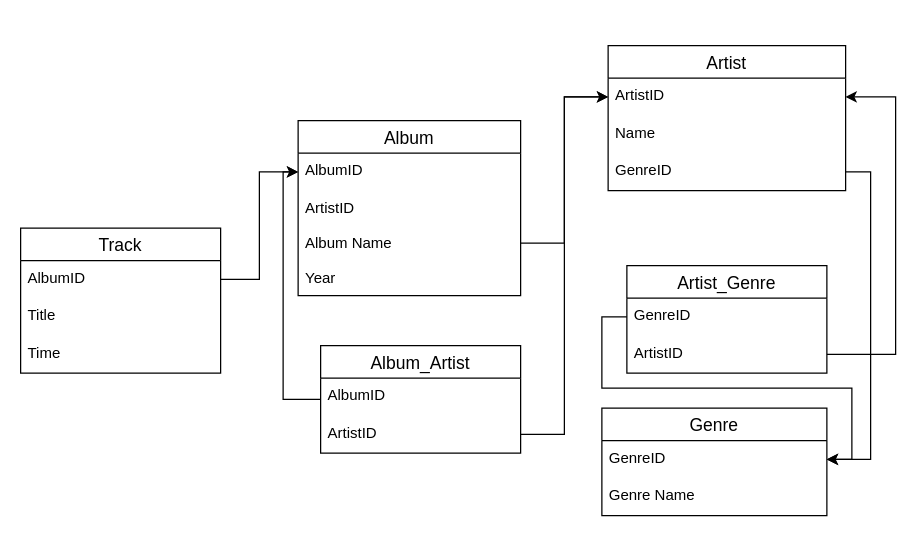
Ssafontsev/ht keeps this draw.io diagram as Untitled Diagram.drawio. Above is the earlier version. Source tidied: cells renumbered, new cells numbered last; positions are measured from the earlier drawing's top-left corner, leaving out a move shared by most shapes. Both pictures are drawn from the tidied source at 125%, with x=0, y=0 at pixel (20, 45).
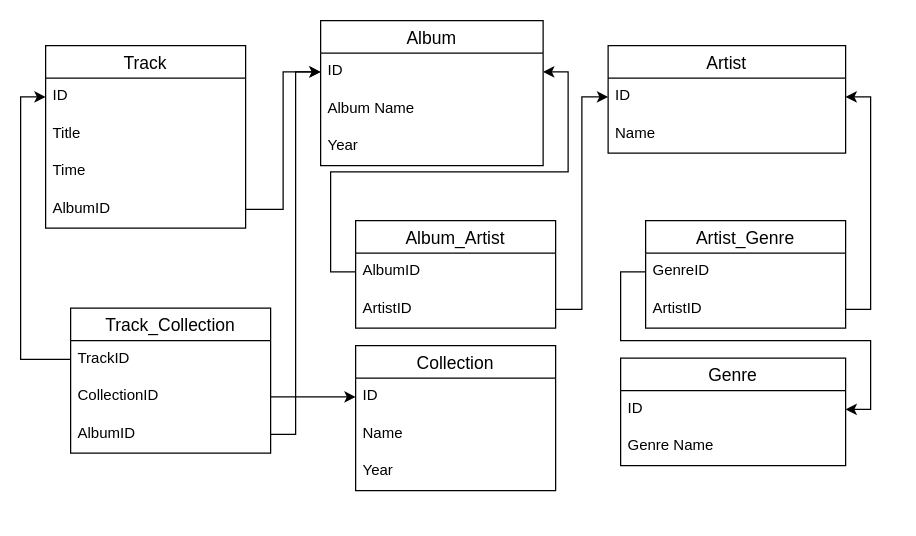
The same page after the edit.

The change refers to these unchanged cells:
```xml
<mxCell id="18" value="ArtistID" style="text;strokeColor=none;fillColor=none;spacingLeft=4;spacingRight=4;overflow=hidden;points=[[0,0.5],[1,0.5]];portConstraint=eastwest;fontSize=12;" parent="16" vertex="1">
  <mxGeometry y="56" width="160" height="30" as="geometry" />
</mxCell>
<mxCell id="23" value="AlbumID" style="text;strokeColor=none;fillColor=none;spacingLeft=4;spacingRight=4;overflow=hidden;points=[[0,0.5],[1,0.5]];portConstraint=eastwest;fontSize=12;" parent="22" vertex="1">
  <mxGeometry y="26" width="160" height="30" as="geometry" />
</mxCell>
```

The edit, as a diff of the source:
```diff
@@
     <mxCell id="2" value="Track" style="swimlane;fontStyle=0;horizontal=1;startSize=26;align=center;fontSize=14;" parent="1" vertex="1">
-      <mxGeometry y="146" width="160" height="116" as="geometry" />
+      <mxGeometry x="20" width="160" height="146" as="geometry" />
     </mxCell>
-    <mxCell id="3" value="AlbumID" style="text;strokeColor=none;fillColor=none;spacingLeft=4;spacingRight=4;overflow=hidden;points=[[0,0.5],[1,0.5]];portConstraint=eastwest;fontSize=12;" parent="2" vertex="1">
+    <mxCell id="3" value="ID" style="text;strokeColor=none;fillColor=none;spacingLeft=4;spacingRight=4;overflow=hidden;points=[[0,0.5],[1,0.5]];portConstraint=eastwest;fontSize=12;" parent="2" vertex="1">
       <mxGeometry y="26" width="160" height="30" as="geometry" />
     </mxCell>
@@
+    <mxCell id="29" value="AlbumID" style="text;strokeColor=none;fillColor=none;spacingLeft=4;spacingRight=4;overflow=hidden;points=[[0,0.5],[1,0.5]];portConstraint=eastwest;fontSize=12;" parent="2" vertex="1">
+      <mxGeometry y="116" width="160" height="30" as="geometry" />
+    </mxCell>
     <mxCell id="6" value="Artist" style="swimlane;fontStyle=0;horizontal=1;startSize=26;align=center;fontSize=14;" parent="1" vertex="1">
-      <mxGeometry x="470" width="190" height="116" as="geometry" />
+      <mxGeometry x="470" width="190" height="86" as="geometry" />
     </mxCell>
-    <mxCell id="7" value="ArtistID" style="text;strokeColor=none;fillColor=none;spacingLeft=4;spacingRight=4;overflow=hidden;points=[[0,0.5],[1,0.5]];portConstraint=eastwest;fontSize=12;" parent="6" vertex="1">
+    <mxCell id="7" value="ID" style="text;strokeColor=none;fillColor=none;spacingLeft=4;spacingRight=4;overflow=hidden;points=[[0,0.5],[1,0.5]];portConstraint=eastwest;fontSize=12;" parent="6" vertex="1">
       <mxGeometry y="26" width="190" height="30" as="geometry" />
     </mxCell>
@@
-    <mxCell id="9" value="GenreID" style="text;strokeColor=none;fillColor=none;spacingLeft=4;spacingRight=4;overflow=hidden;points=[[0,0.5],[1,0.5]];portConstraint=eastwest;fontSize=12;" parent="6" vertex="1">
-      <mxGeometry y="86" width="190" height="30" as="geometry" />
-    </mxCell>
     <mxCell id="10" value="Genre" style="swimlane;fontStyle=0;horizontal=1;startSize=26;align=center;fontSize=14;" parent="1" vertex="1">
-      <mxGeometry x="465" y="290" width="180" height="86" as="geometry" />
+      <mxGeometry x="480" y="250" width="180" height="86" as="geometry" />
     </mxCell>
-    <mxCell id="11" value="GenreID" style="text;strokeColor=none;fillColor=none;spacingLeft=4;spacingRight=4;overflow=hidden;points=[[0,0.5],[1,0.5]];portConstraint=eastwest;fontSize=12;" parent="10" vertex="1">
+    <mxCell id="11" value="ID" style="text;strokeColor=none;fillColor=none;spacingLeft=4;spacingRight=4;overflow=hidden;points=[[0,0.5],[1,0.5]];portConstraint=eastwest;fontSize=12;" parent="10" vertex="1">
       <mxGeometry y="26" width="180" height="30" as="geometry" />
     </mxCell>
@@
-    <mxCell id="13" style="edgeStyle=orthogonalEdgeStyle;rounded=0;jettySize=auto;html=1;exitX=1;exitY=0.5;exitDx=0;exitDy=0;entryX=0;entryY=0.5;entryDx=0;entryDy=0;" parent="1" edge="1" source="3" target="27">
-      <mxGeometry relative="1" as="geometry" />
-    </mxCell>
-    <mxCell id="14" style="edgeStyle=orthogonalEdgeStyle;rounded=0;jettySize=auto;html=1;exitX=1;exitY=0.5;exitDx=0;exitDy=0;entryX=0;entryY=0.5;entryDx=0;entryDy=0;" parent="1" edge="1" source="28" target="7">
-      <mxGeometry relative="1" as="geometry" />
-    </mxCell>
-    <mxCell id="15" style="edgeStyle=orthogonalEdgeStyle;rounded=0;jettySize=auto;html=1;exitX=1;exitY=0.5;exitDx=0;exitDy=0;entryX=1;entryY=0.5;entryDx=0;entryDy=0;" parent="1" edge="1" source="9" target="11">
-      <mxGeometry relative="1" as="geometry" />
-    </mxCell>
     <mxCell id="16" value="Artist_Genre" style="swimlane;fontStyle=0;horizontal=1;startSize=26;align=center;fontSize=14;" parent="1" vertex="1">
-      <mxGeometry x="485" y="176" width="160" height="86" as="geometry" />
+      <mxGeometry x="500" y="140" width="160" height="86" as="geometry" />
     </mxCell>
@@
-    <mxCell id="20" style="edgeStyle=orthogonalEdgeStyle;rounded=0;jettySize=auto;html=1;exitX=1;exitY=0.5;exitDx=0;exitDy=0;entryX=1;entryY=0.5;entryDx=0;entryDy=0;" parent="1" edge="1" source="18" target="7">
-      <mxGeometry relative="1" as="geometry">
-        <Array as="points">
-          <mxPoint x="700" y="247" />
-          <mxPoint x="700" y="41" />
-        </Array>
-      </mxGeometry>
-    </mxCell>
-    <mxCell id="21" style="edgeStyle=orthogonalEdgeStyle;rounded=0;jettySize=auto;html=1;entryX=0;entryY=0.5;entryDx=0;entryDy=0;" parent="1" edge="1" source="22" target="27">
-      <mxGeometry relative="1" as="geometry">
-        <Array as="points">
-          <mxPoint x="210" y="283" />
-          <mxPoint x="210" y="101" />
-        </Array>
-      </mxGeometry>
-    </mxCell>
     <mxCell id="22" value="Album_Artist" style="swimlane;fontStyle=0;horizontal=1;startSize=26;align=center;fontSize=14;strokeColor=#000000;" parent="1" vertex="1">
-      <mxGeometry x="240" y="240" width="160" height="86" as="geometry" />
+      <mxGeometry x="268" y="140" width="160" height="86" as="geometry" />
     </mxCell>
@@
     <mxCell id="26" value="Album" style="swimlane;fontStyle=0;horizontal=1;startSize=26;align=center;fontSize=14;" parent="1" vertex="1">
-      <mxGeometry x="222" y="60" width="178" height="140" as="geometry" />
+      <mxGeometry x="240" y="-20" width="178" height="116" as="geometry" />
     </mxCell>
-    <mxCell id="27" value="AlbumID" style="text;strokeColor=none;fillColor=none;spacingLeft=4;spacingRight=4;overflow=hidden;points=[[0,0.5],[1,0.5]];portConstraint=eastwest;fontSize=12;" parent="26" vertex="1">
+    <mxCell id="27" value="ID" style="text;strokeColor=none;fillColor=none;spacingLeft=4;spacingRight=4;overflow=hidden;points=[[0,0.5],[1,0.5]];portConstraint=eastwest;fontSize=12;" parent="26" vertex="1">
       <mxGeometry y="26" width="178" height="30" as="geometry" />
     </mxCell>
-    <mxCell id="28" value="ArtistID&#10;&#10;Album Name&#10;&#10;Year" style="text;strokeColor=none;fillColor=none;spacingLeft=4;spacingRight=4;overflow=hidden;points=[[0,0.5],[1,0.5]];portConstraint=eastwest;fontSize=12;" parent="26" vertex="1">
-      <mxGeometry y="56" width="178" height="84" as="geometry" />
-    </mxCell>
+    <mxCell id="30" value="Album Name" style="text;strokeColor=none;fillColor=none;spacingLeft=4;spacingRight=4;overflow=hidden;fontSize=12;" parent="26" vertex="1">
+      <mxGeometry y="56" width="178" height="30" as="geometry" />
+    </mxCell>
+    <mxCell id="31" value="Year" style="text;strokeColor=none;fillColor=none;spacingLeft=4;spacingRight=4;overflow=hidden;fontSize=12;" parent="26" vertex="1">
+      <mxGeometry y="86" width="178" height="30" as="geometry" />
+    </mxCell>
+    <mxCell id="20" style="edgeStyle=orthogonalEdgeStyle;rounded=0;jettySize=auto;html=1;exitX=1;exitY=0.5;exitDx=0;exitDy=0;entryX=1;entryY=0.5;entryDx=0;entryDy=0;" parent="1" edge="1" source="18" target="7">
+      <mxGeometry relative="1" as="geometry" />
+    </mxCell>
+    <mxCell id="32" style="edgeStyle=orthogonalEdgeStyle;rounded=0;jettySize=auto;html=1;exitX=1;exitY=0.5;exitDx=0;exitDy=0;entryX=0;entryY=0.5;entryDx=0;entryDy=0;" parent="1" edge="1" source="29" target="27">
+      <mxGeometry relative="1" as="geometry" />
+    </mxCell>
+    <mxCell id="33" value="Collection" style="swimlane;fontStyle=0;horizontal=1;startSize=26;align=center;fontSize=14;" parent="1" vertex="1">
+      <mxGeometry x="268" y="240" width="160" height="116" as="geometry" />
+    </mxCell>
+    <mxCell id="34" value="ID" style="text;strokeColor=none;fillColor=none;spacingLeft=4;spacingRight=4;overflow=hidden;points=[[0,0.5],[1,0.5]];portConstraint=eastwest;fontSize=12;" parent="33" vertex="1">
+      <mxGeometry y="26" width="160" height="30" as="geometry" />
+    </mxCell>
+    <mxCell id="35" value="Name" style="text;strokeColor=none;fillColor=none;spacingLeft=4;spacingRight=4;overflow=hidden;fontSize=12;" parent="33" vertex="1">
+      <mxGeometry y="56" width="160" height="30" as="geometry" />
+    </mxCell>
+    <mxCell id="36" value="Year" style="text;strokeColor=none;fillColor=none;spacingLeft=4;spacingRight=4;overflow=hidden;fontSize=12;" parent="33" vertex="1">
+      <mxGeometry y="86" width="160" height="30" as="geometry" />
+    </mxCell>
+    <mxCell id="37" value="Track_Collection" style="swimlane;fontStyle=0;horizontal=1;startSize=26;align=center;fontSize=14;" parent="1" vertex="1">
+      <mxGeometry x="40" y="210" width="160" height="116" as="geometry" />
+    </mxCell>
+    <mxCell id="38" value="TrackID" style="text;strokeColor=none;fillColor=none;spacingLeft=4;spacingRight=4;overflow=hidden;points=[[0,0.5],[1,0.5]];portConstraint=eastwest;fontSize=12;" parent="37" vertex="1">
+      <mxGeometry y="26" width="160" height="30" as="geometry" />
+    </mxCell>
+    <mxCell id="39" value="CollectionID" style="text;strokeColor=none;fillColor=none;spacingLeft=4;spacingRight=4;overflow=hidden;points=[[0,0.5],[1,0.5]];portConstraint=eastwest;fontSize=12;" parent="37" vertex="1">
+      <mxGeometry y="56" width="160" height="30" as="geometry" />
+    </mxCell>
+    <mxCell id="40" value="AlbumID" style="text;strokeColor=none;fillColor=none;spacingLeft=4;spacingRight=4;overflow=hidden;points=[[0,0.5],[1,0.5]];portConstraint=eastwest;fontSize=12;" parent="37" vertex="1">
+      <mxGeometry y="86" width="160" height="30" as="geometry" />
+    </mxCell>
+    <mxCell id="41" style="edgeStyle=orthogonalEdgeStyle;rounded=0;jettySize=auto;html=1;exitX=1;exitY=0.5;exitDx=0;exitDy=0;entryX=0;entryY=0.5;entryDx=0;entryDy=0;" parent="1" edge="1" source="39" target="34">
+      <mxGeometry relative="1" as="geometry" />
+    </mxCell>
+    <mxCell id="42" style="edgeStyle=orthogonalEdgeStyle;rounded=0;jettySize=auto;html=1;exitX=0;exitY=0.5;exitDx=0;exitDy=0;entryX=0;entryY=0.5;entryDx=0;entryDy=0;" parent="1" edge="1" source="38" target="3">
+      <mxGeometry relative="1" as="geometry" />
+    </mxCell>
+    <mxCell id="43" style="edgeStyle=orthogonalEdgeStyle;rounded=0;jettySize=auto;html=1;exitX=1;exitY=0.5;exitDx=0;exitDy=0;entryX=0;entryY=0.5;entryDx=0;entryDy=0;" parent="1" edge="1" source="40" target="27">
+      <mxGeometry relative="1" as="geometry" />
+    </mxCell>
+    <mxCell id="44" style="edgeStyle=orthogonalEdgeStyle;rounded=0;jettySize=auto;html=1;exitX=0;exitY=0.5;exitDx=0;exitDy=0;entryX=1;entryY=0.5;entryDx=0;entryDy=0;" parent="1" edge="1" source="23" target="27">
+      <mxGeometry relative="1" as="geometry" />
+    </mxCell>
```
